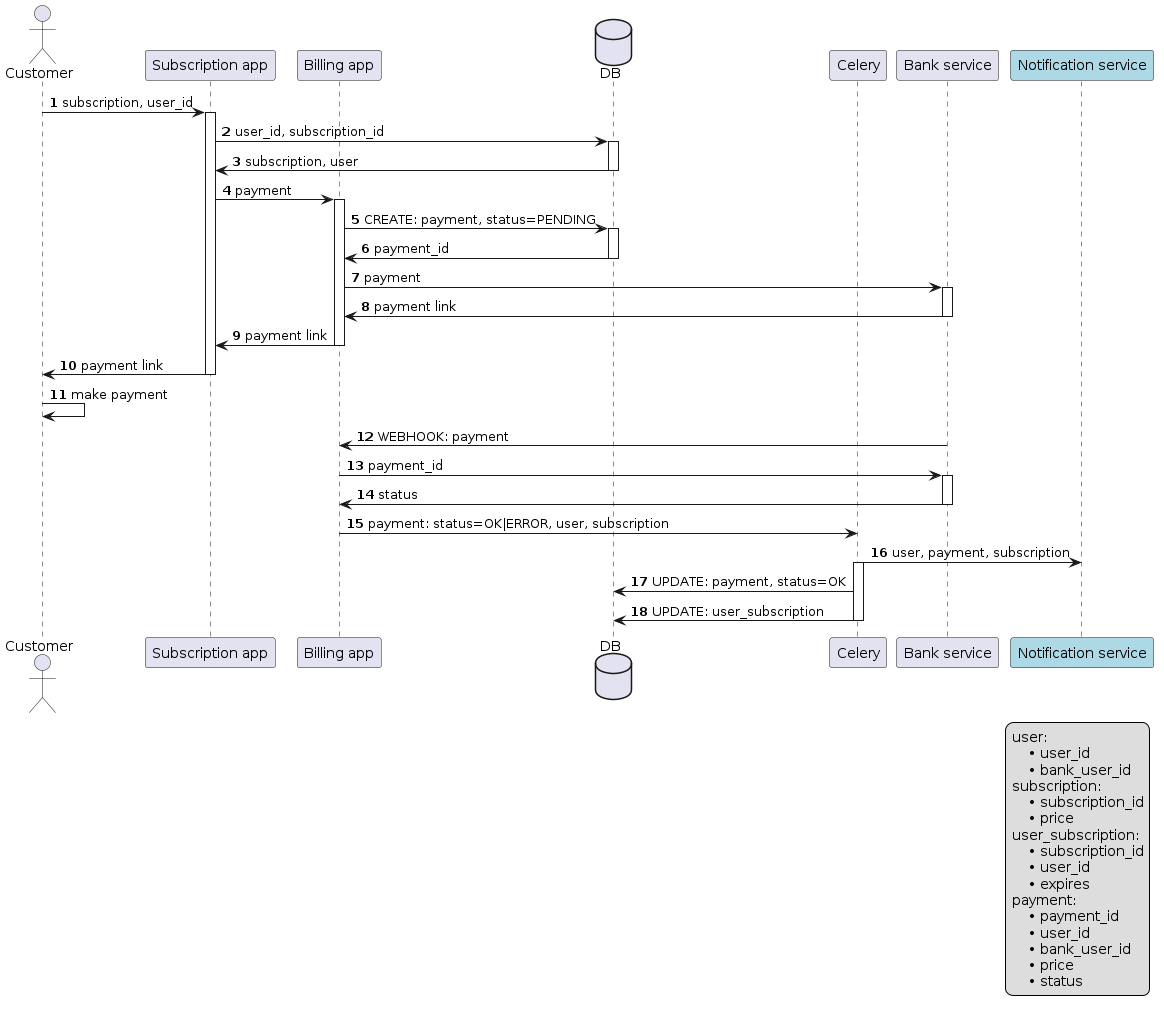
The PlantUML diagram diagrams/out/subscribe_pipeline.png in likeinlife-cinema-project/billing, before a commit.
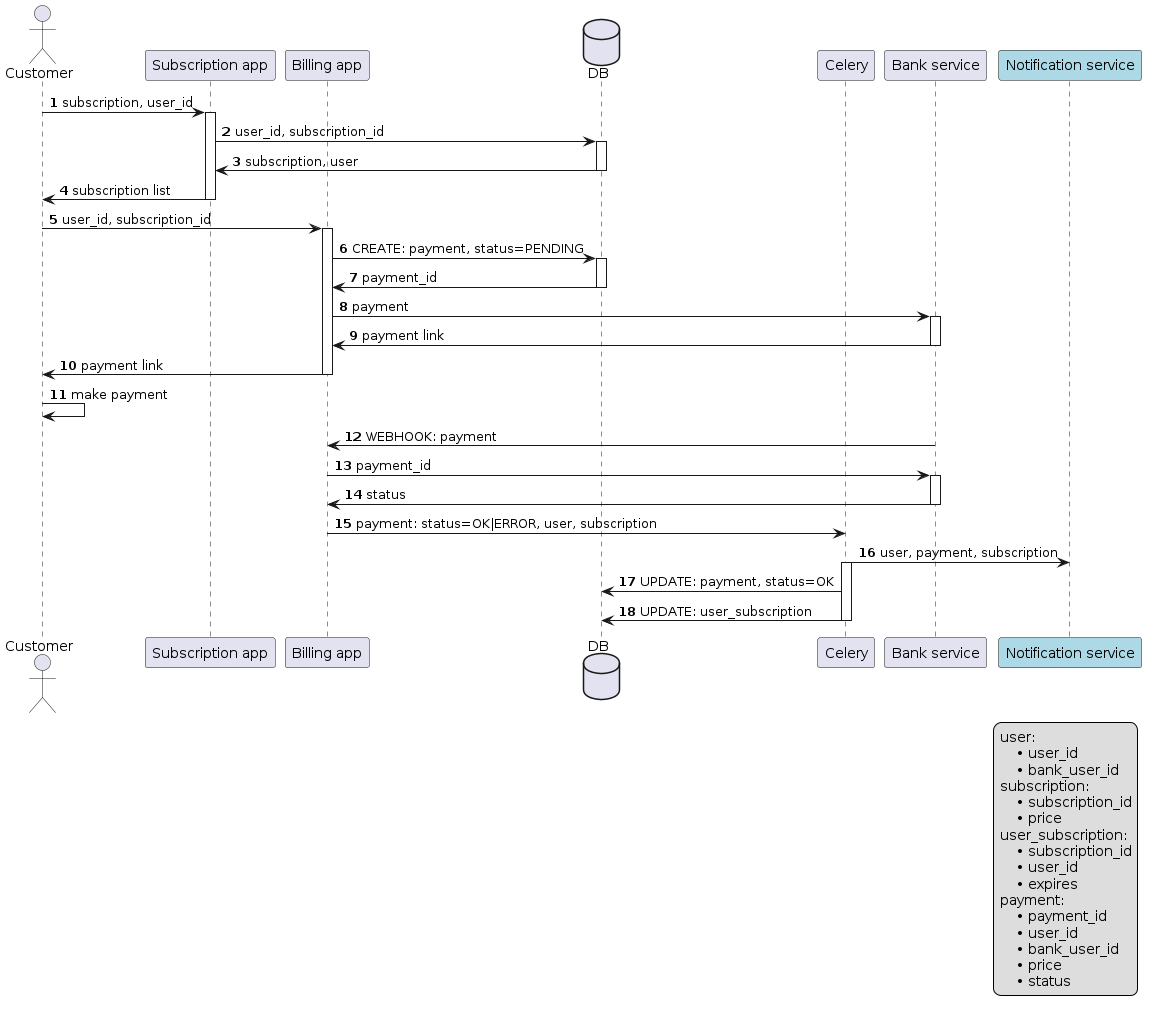
The same diagram one commit later.

Change to the diagram source:
```diff
@@ -11,15 +11,14 @@
 customer -> subscription_app ++: subscription, user_id
 subscription_app -> db ++: user_id, subscription_id
 db -> subscription_app --: subscription, user
+subscription_app -> customer --: subscription list
 
-subscription_app -> billing_app ++: payment
+customer -> billing_app ++: user_id, subscription_id
 billing_app -> db ++: CREATE: payment, status=PENDING
 db -> billing_app --: payment_id
 billing_app -> bank_service ++: payment
 bank_service -> billing_app --: payment link
-billing_app -> subscription_app --: payment link
-
-subscription_app -> customer --: payment link
+billing_app -> customer --: payment link
 
 customer -> customer: make payment
 
```
